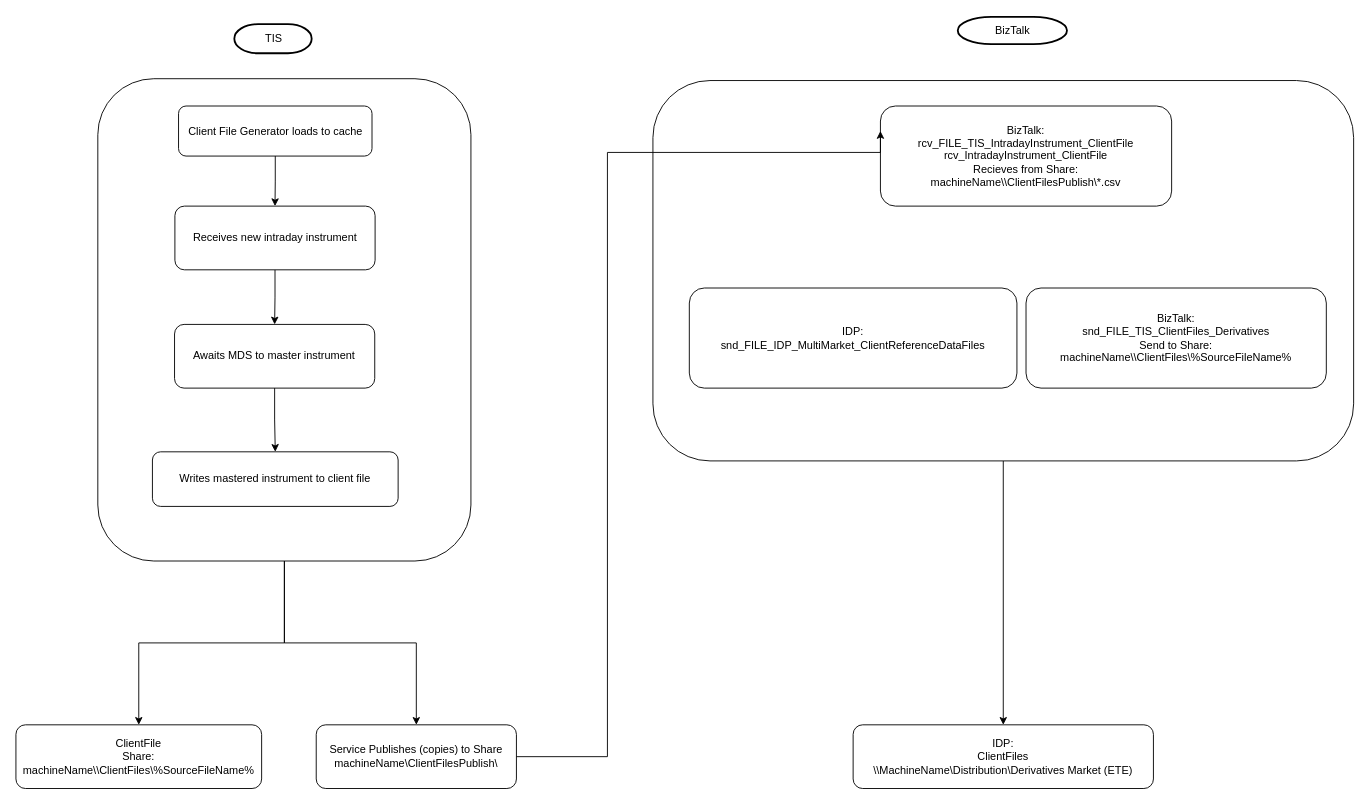
Before: page "Intraday" (2 of 3) of ClientFiles.drawio in ByMadiba/Sandbox, a draw.io diagram. Source tidied: cells renumbered, new cells numbered last; positions are measured from the earlier drawing's top-left corner, leaving out a move shared by most shapes. Both pictures are drawn from the tidied source at 91%, with x=0, y=0 at pixel (15, 16).
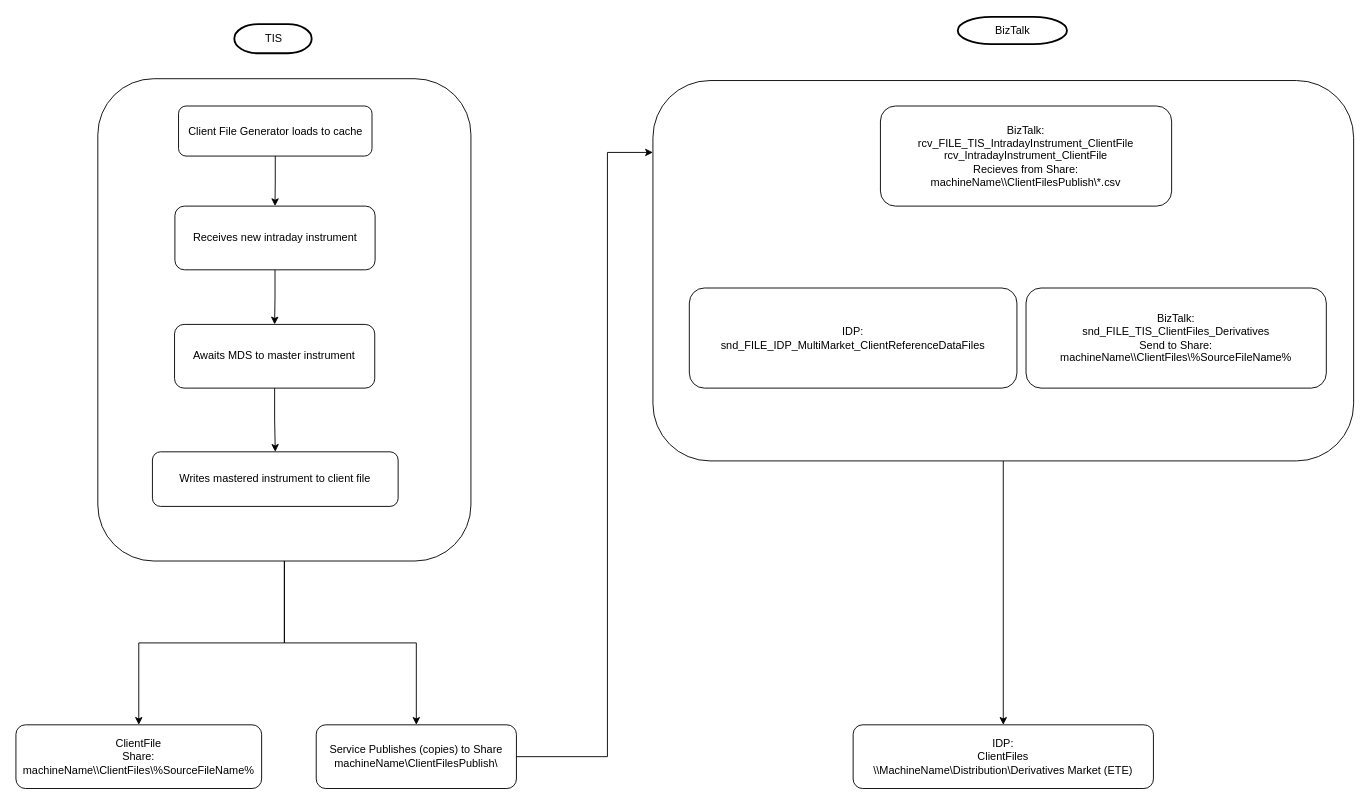
The same page after the edit.

Commit message:
Separate INTRA and EOD

Unchanged cells that the change refers to:
```xml
<mxCell id="4" value="Service Publishes (copies) to Share&lt;br style=&quot;border-color: var(--border-color);&quot;&gt;&lt;span style=&quot;&quot;&gt;machineName\ClientFilesPublish\&lt;/span&gt;" style="rounded=1;whiteSpace=wrap;html=1;" parent="1" vertex="1">
  <mxGeometry x="330" y="778" width="220" height="70" as="geometry" />
</mxCell>
<mxCell id="6" style="rounded=1;whiteSpace=wrap;html=1;" parent="1" vertex="1">
  <mxGeometry x="700" y="70" width="770" height="418" as="geometry" />
</mxCell>
<mxCell id="7" value="BizTalk:&lt;br style=&quot;border-color: var(--border-color);&quot;&gt;&lt;span style=&quot;&quot;&gt;rcv_FILE_TIS_IntradayInstrument_ClientFile&lt;/span&gt;&lt;br style=&quot;border-color: var(--border-color);&quot;&gt;&lt;span style=&quot;&quot;&gt;rcv_IntradayInstrument_ClientFile&lt;/span&gt;&lt;br style=&quot;border-color: var(--border-color);&quot;&gt;&lt;span style=&quot;&quot;&gt;Recieves from Share:&lt;/span&gt;&lt;br style=&quot;border-color: var(--border-color);&quot;&gt;&lt;span style=&quot;&quot;&gt;machineName\\ClientFilesPublish\*.csv&lt;/span&gt;" style="rounded=1;whiteSpace=wrap;html=1;" parent="1" vertex="1">
  <mxGeometry x="950" y="98" width="320" height="110" as="geometry" />
</mxCell>
```

What changed in the source:
```diff
@@
-    <mxCell id="22" style="edgeStyle=orthogonalEdgeStyle;rounded=0;jettySize=auto;html=1;entryX=0;entryY=0.25;entryDx=0;entryDy=0;" parent="1" edge="1" source="4" target="7">
+    <mxCell id="22" style="edgeStyle=orthogonalEdgeStyle;rounded=0;jettySize=auto;html=1;" parent="1" edge="1" source="4" target="6">
       <mxGeometry relative="1" as="geometry">
         <Array as="points">
           <mxPoint x="650" y="813" />
           <mxPoint x="650" y="149" />
         </Array>
       </mxGeometry>
     </mxCell>
```
